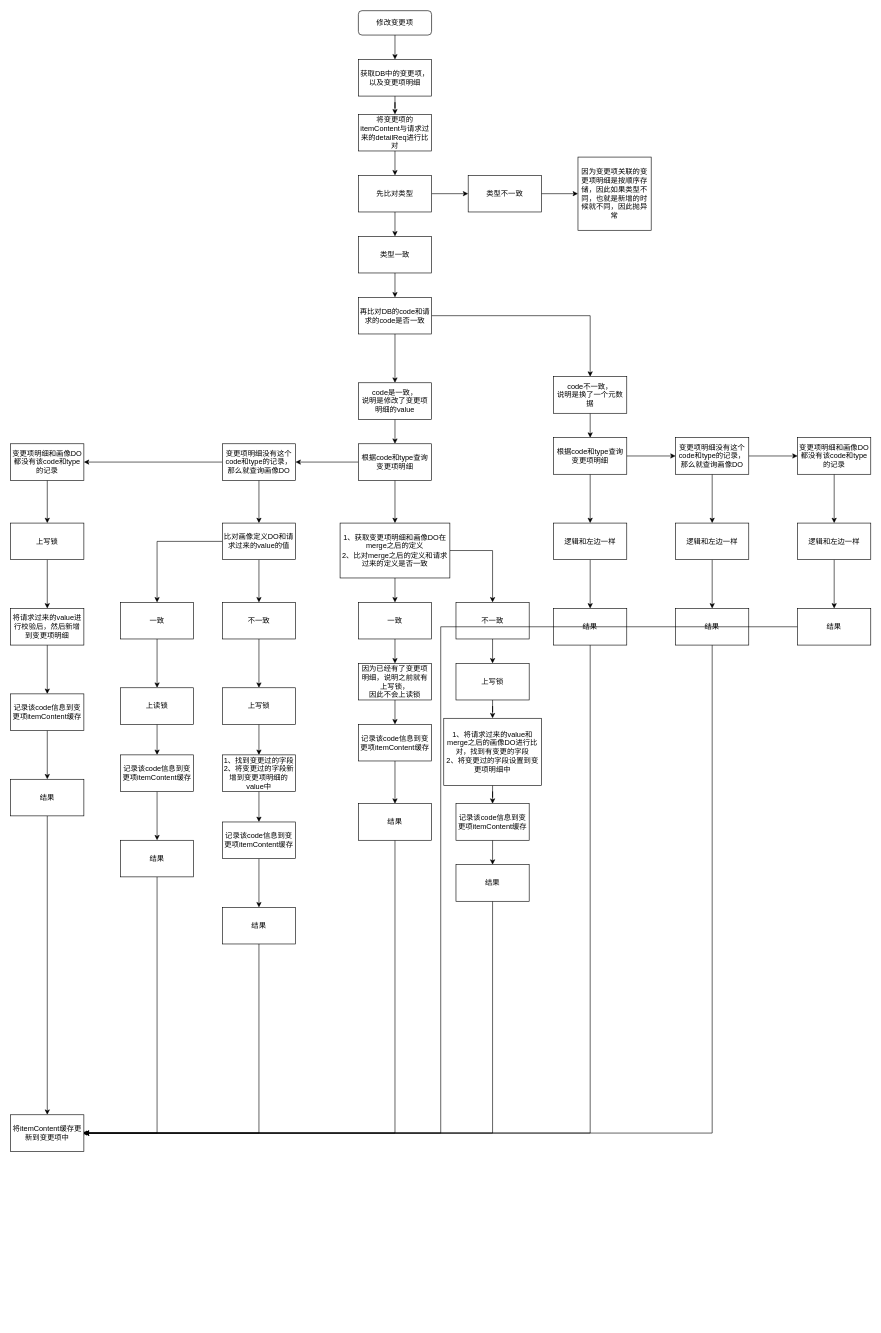
Before: page "修改变更项流程图" (2 of 2) of Untitled Diagram.drawio in JJazin/abc, a draw.io diagram. Source tidied: cells renumbered, new cells numbered last; positions are measured from the earlier drawing's top-left corner, leaving out a move shared by most shapes. Both pictures are drawn from the tidied source at 61%, with x=0, y=0 at pixel (10, 10).
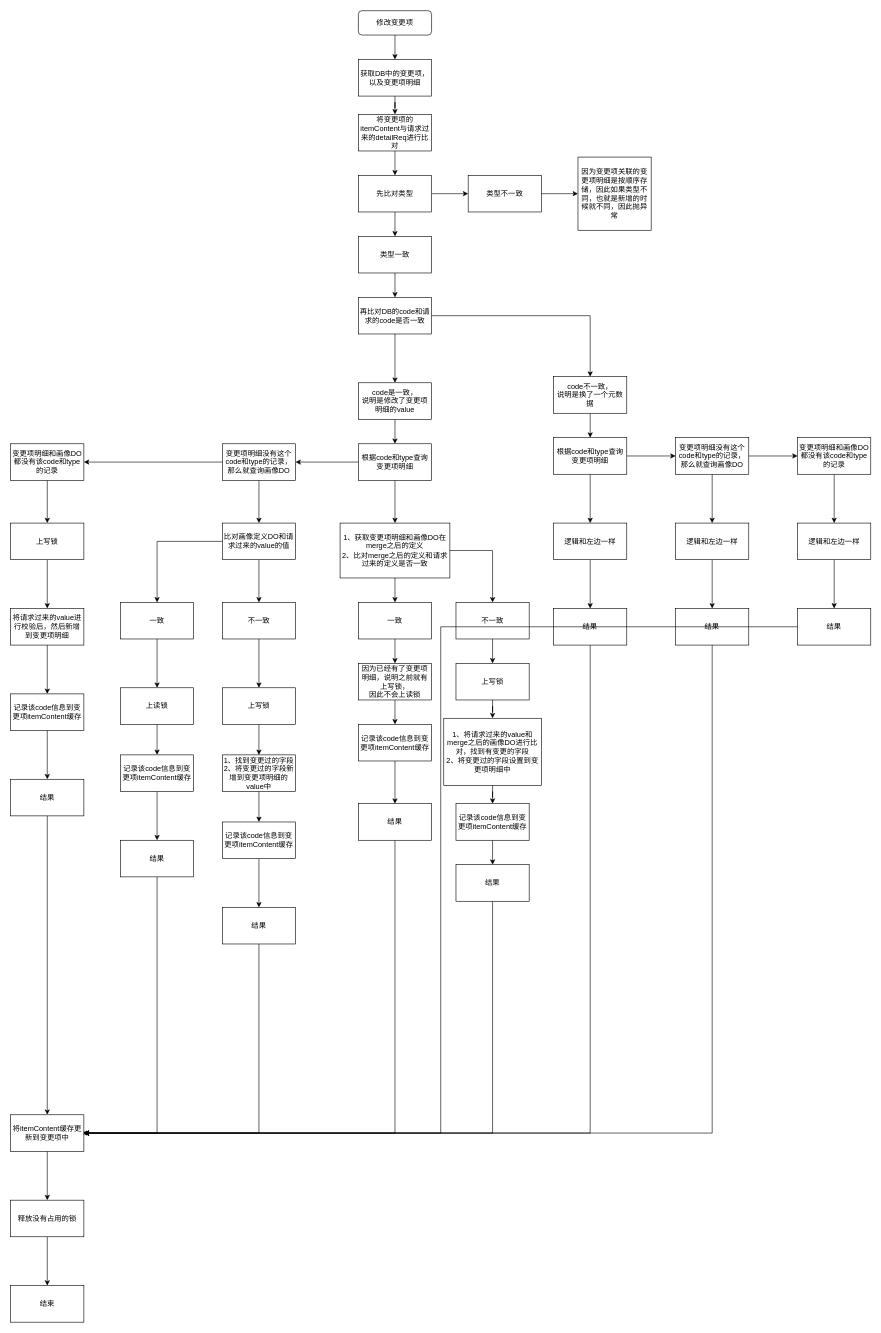
The same diagram, later.

Commit message:
操作变更项.drawio

Unchanged cells that the change refers to:
```xml
<mxCell id="101" value="将itemContent缓存更新到变更项中" style="whiteSpace=wrap;html=1;rounded=0;" parent="1" vertex="1">
  <mxGeometry y="1810" width="120" height="60" as="geometry" />
</mxCell>
```

Diff of the diagram source:
```diff
@@
+    <mxCell id="102" style="edgeStyle=orthogonalEdgeStyle;rounded=0;jettySize=auto;html=1;" parent="1" edge="1" source="101" target="104">
+      <mxGeometry relative="1" as="geometry" />
+    </mxCell>
@@
+    <mxCell id="103" style="edgeStyle=orthogonalEdgeStyle;rounded=0;jettySize=auto;html=1;" parent="1" edge="1" source="104" target="105">
+      <mxGeometry relative="1" as="geometry" />
+    </mxCell>
+    <mxCell id="104" value="释放没有占用的锁" style="whiteSpace=wrap;html=1;rounded=0;" parent="1" vertex="1">
+      <mxGeometry y="1950" width="120" height="60" as="geometry" />
+    </mxCell>
+    <mxCell id="105" value="结束" style="whiteSpace=wrap;html=1;rounded=0;" parent="1" vertex="1">
+      <mxGeometry y="2090" width="120" height="60" as="geometry" />
+    </mxCell>
```
